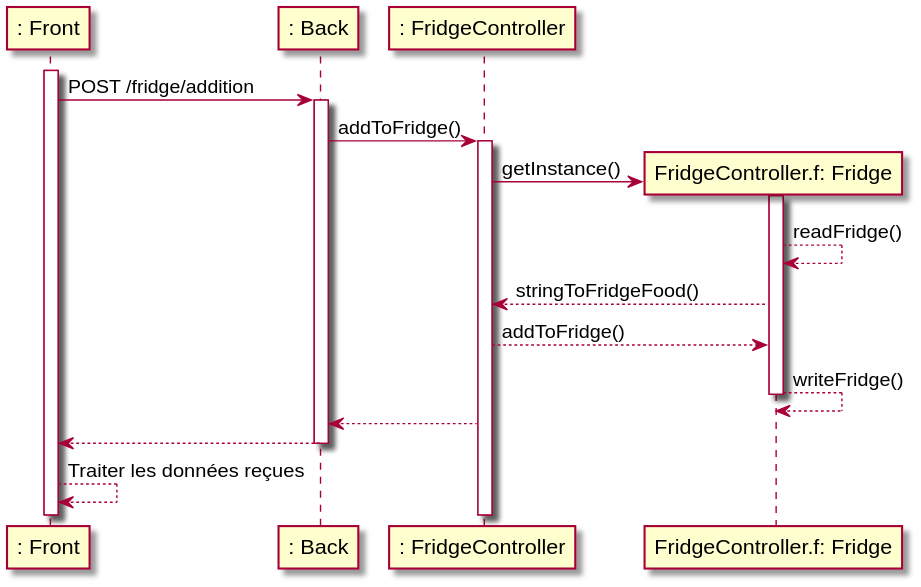
Above: docs/diagram/out/addToFridge.svg in romainvacheret/wadge-backend (PlantUML), before the change.
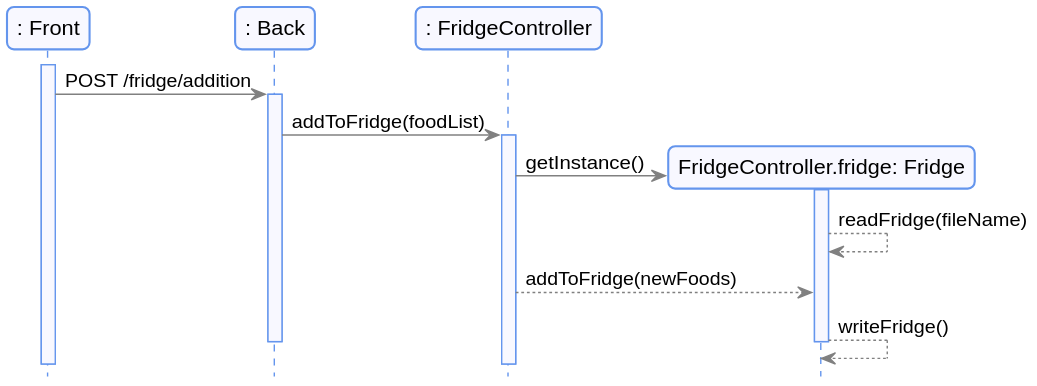
The same file after the commit.

Diff of the diagram source:
```diff
@@ -1,26 +1,22 @@
 @startuml addToFridge
+    !include ../style/commons.style
 
-participant ": Front" as ft
-participant ": Back" as bk
-participant ": FridgeController" as fc
+    participant ": Front" as ft
+    participant ": Back" as bk
+    participant ": FridgeController" as fc
 
-activate ft
-ft -> bk: POST /fridge/addition
-activate bk
-bk -> fc: addToFridge()
-activate fc
-create "FridgeController.f: Fridge" as f
-fc -> f: getInstance()
-activate f
-f --> f: readFridge()
-f --> fc: stringToFridgeFood()
-fc --> f: addToFridge()
-f --> f: writeFridge()
-deactivate f
-fc --> bk
-bk --> ft
-deactivate bk
-ft <-- ft: Traiter les données reçues
-
+    activate ft
+    ft -> bk: POST /fridge/addition
+    activate bk
+    bk -> fc: addToFridge(foodList)
+    activate fc
+    create "FridgeController.fridge: Fridge" as f
+    fc -> f: getInstance()
+    activate f
+    f --> f: readFridge(fileName)
+    fc --> f: addToFridge(newFoods)
+    f --> f: writeFridge()
+    deactivate f
+    deactivate bk
 
 @enduml
```
